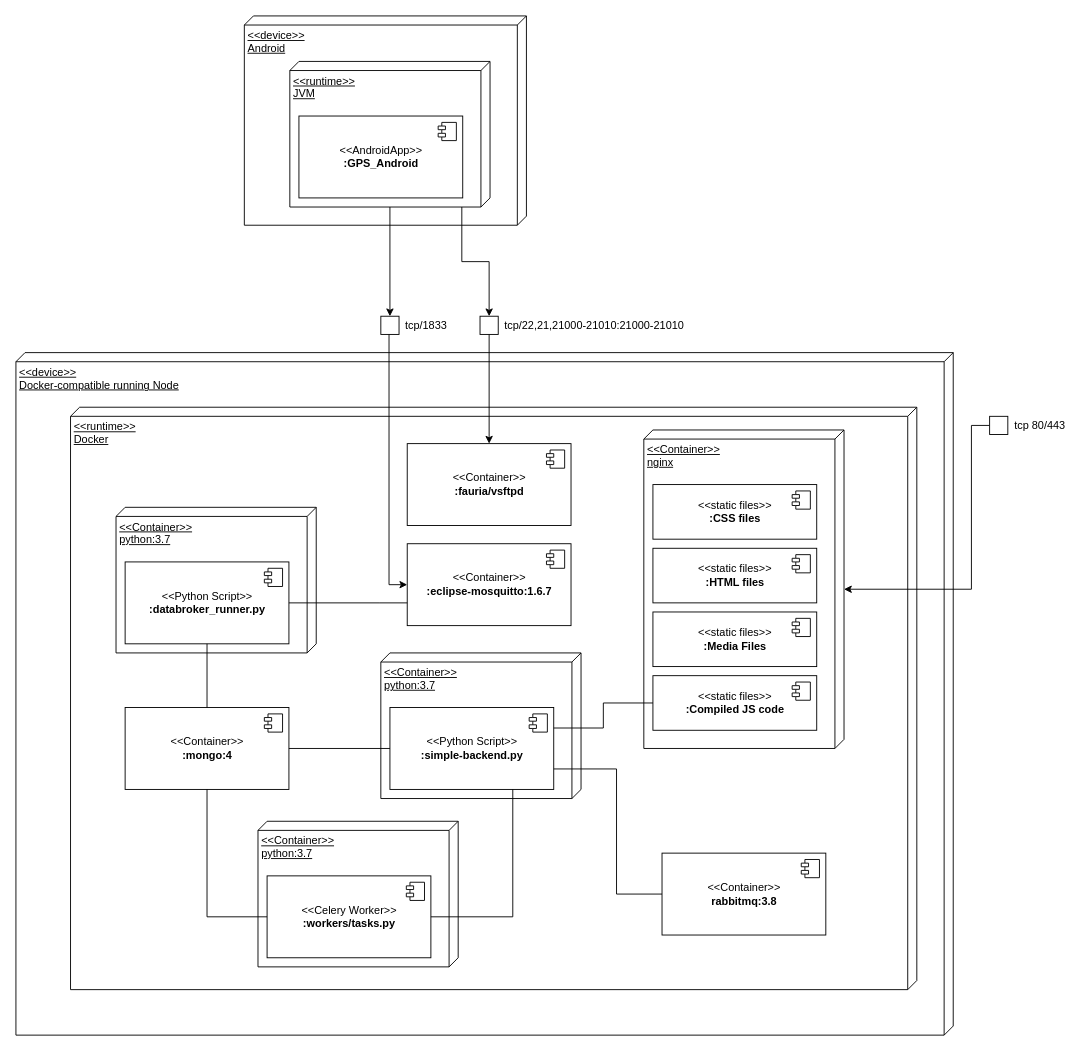
This is page "Containerized" (2 of 2) of docs/schemes/deployment/DeploymentDiagram.drawio from Kirkirillka/GPS_Tracker, a draw.io file, before an edit. Source tidied: cells renumbered, new cells numbered last; positions are measured from the earlier drawing's top-left corner, leaving out a move shared by most shapes. Both pictures are drawn from the tidied source at 91%, with x=0, y=0 at pixel (15, 15).
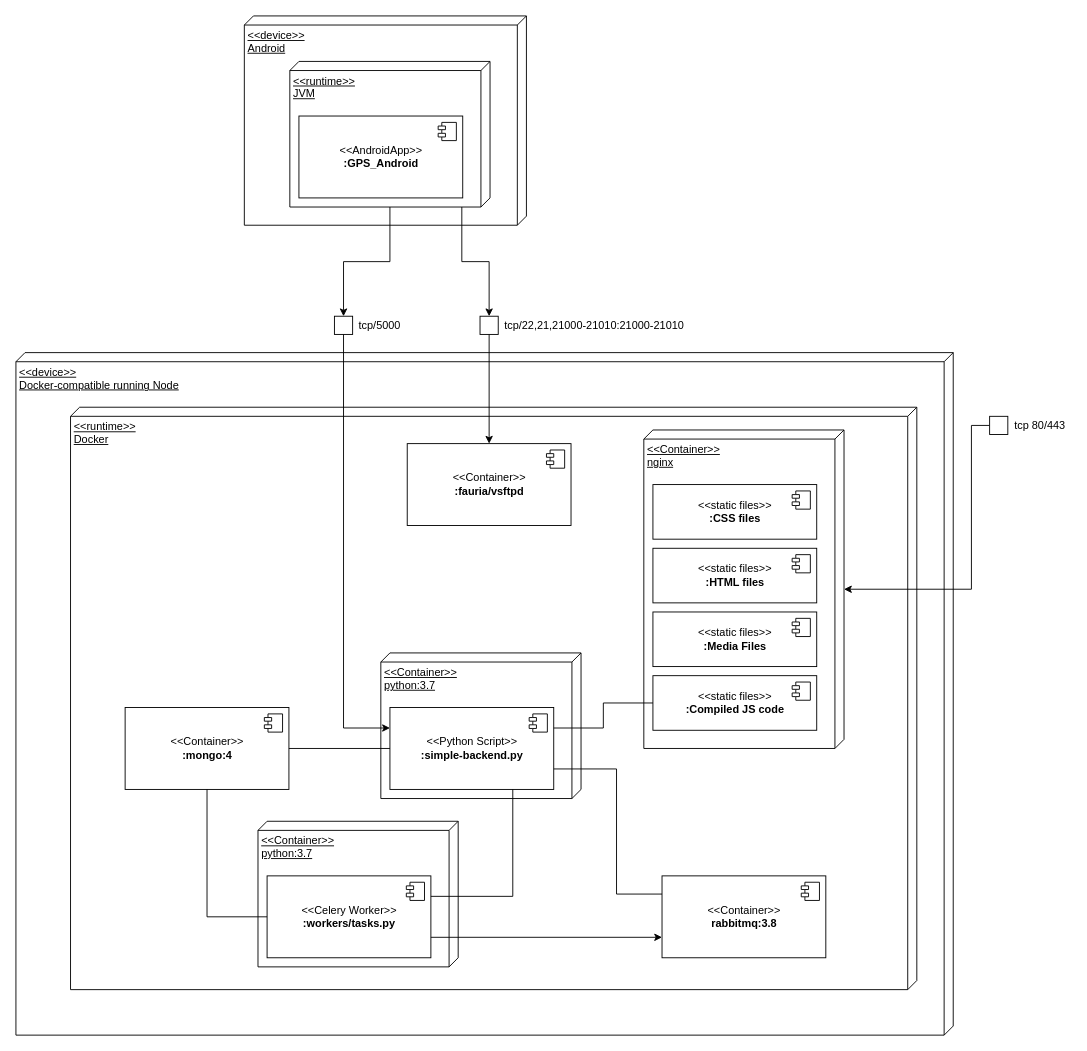
After the change.

Unchanged cells that the change refers to:
```xml
<mxCell id="6" value="&amp;lt;&amp;lt;Container&amp;gt;&amp;gt;&lt;br&gt;&lt;b&gt;:mongo:4&lt;/b&gt;" style="html=1;" parent="1" vertex="1">
  <mxGeometry x="120" y="760" width="180" height="90" as="geometry" />
</mxCell>
<mxCell id="16" value="&amp;lt;&amp;lt;Python Script&amp;gt;&amp;gt;&lt;br&gt;&lt;b&gt;:simple-backend.py&lt;/b&gt;" style="html=1;" parent="14" vertex="1">
  <mxGeometry x="10" y="60" width="180" height="90" as="geometry" />
</mxCell>
<mxCell id="20" value="&amp;lt;&amp;lt;Celery Worker&amp;gt;&amp;gt;&lt;br&gt;&lt;b&gt;:workers/tasks.py&lt;/b&gt;" style="html=1;" parent="18" vertex="1">
  <mxGeometry x="10" y="60" width="180" height="90" as="geometry" />
</mxCell>
<mxCell id="44" style="whiteSpace=wrap;html=1;" parent="43" vertex="1">
  <mxGeometry width="20" height="20" as="geometry" />
</mxCell>
```

Diff of the diagram source:
```diff
@@
     <mxCell id="4" value="&amp;lt;&amp;lt;Container&amp;gt;&amp;gt;&lt;br&gt;&lt;b&gt;rabbitmq:3.8&lt;/b&gt;" style="html=1;" parent="1" vertex="1">
-      <mxGeometry x="710" y="920" width="180" height="90" as="geometry" />
+      <mxGeometry x="710" y="945" width="180" height="90" as="geometry" />
     </mxCell>
@@
-    <mxCell id="8" value="&amp;lt;&amp;lt;Container&amp;gt;&amp;gt;&lt;br&gt;&lt;b&gt;:eclipse-mosquitto:1.6.7&lt;/b&gt;" style="html=1;" parent="1" vertex="1">
-      <mxGeometry x="430" y="580" width="180" height="90" as="geometry" />
-    </mxCell>
-    <mxCell id="9" style="shape=component;jettyWidth=8;jettyHeight=4;" parent="8" vertex="1">
-      <mxGeometry x="1" width="20" height="20" relative="1" as="geometry">
-        <mxPoint x="-27" y="7" as="offset" />
-      </mxGeometry>
-    </mxCell>
-    <mxCell id="10" style="group;" parent="1" vertex="1">
-      <mxGeometry x="110" y="540" width="220" height="160" as="geometry" />
-    </mxCell>
-    <mxCell id="11" value="&amp;lt;&amp;lt;Container&amp;gt;&amp;gt;&lt;br&gt;python:3.7" style="verticalAlign=top;align=left;spacingTop=8;spacingLeft=2;spacingRight=12;shape=cube;size=10;direction=south;fontStyle=4;html=1;" parent="10" vertex="1">
-      <mxGeometry width="220" height="160" as="geometry" />
-    </mxCell>
-    <mxCell id="12" value="&amp;lt;&amp;lt;Python Script&amp;gt;&amp;gt;&lt;br&gt;&lt;b&gt;:databroker_runner.py&lt;/b&gt;" style="html=1;" parent="10" vertex="1">
-      <mxGeometry x="10" y="60" width="180" height="90" as="geometry" />
-    </mxCell>
-    <mxCell id="13" style="shape=component;jettyWidth=8;jettyHeight=4;" parent="12" vertex="1">
-      <mxGeometry x="1" width="20" height="20" relative="1" as="geometry">
-        <mxPoint x="-27" y="7" as="offset" />
-      </mxGeometry>
-    </mxCell>
@@
     <mxCell id="43" style="group;" parent="1" vertex="1">
-      <mxGeometry x="401" y="330" width="85" height="20" as="geometry" />
+      <mxGeometry x="350" y="330" width="85" height="20" as="geometry" />
     </mxCell>
@@
-    <mxCell id="45" value="tcp/1833" style="text;html=1;align=left;verticalAlign=middle;" parent="43" vertex="1">
+    <mxCell id="45" value="tcp/5000" style="text;html=1;align=left;verticalAlign=middle;" parent="43" vertex="1">
       <mxGeometry x="25" width="60" height="20" as="geometry" />
     </mxCell>
@@
-    <mxCell id="50" style="edgeStyle=orthogonalEdgeStyle;rounded=0;jettySize=auto;html=1;entryX=0;entryY=0.5;entryDx=0;entryDy=0;" parent="1" edge="1" source="44" target="8">
+    <mxCell id="50" style="edgeStyle=orthogonalEdgeStyle;rounded=0;jettySize=auto;html=1;entryX=0;entryY=0.25;entryDx=0;entryDy=0;" parent="1" edge="1" source="44" target="16">
       <mxGeometry relative="1" as="geometry">
         <Array as="points">
-          <mxPoint x="410" y="625" />
+          <mxPoint x="360" y="783" />
         </Array>
       </mxGeometry>
     </mxCell>
@@
-    <mxCell id="53" style="edgeStyle=orthogonalEdgeStyle;rounded=0;jettySize=auto;html=1;endArrow=none;endFill=0;" parent="1" edge="1" source="12" target="8">
-      <mxGeometry relative="1" as="geometry">
-        <Array as="points">
-          <mxPoint x="400" y="645" />
-          <mxPoint x="400" y="645" />
-        </Array>
-      </mxGeometry>
-    </mxCell>
@@
-    <mxCell id="56" style="edgeStyle=orthogonalEdgeStyle;rounded=0;jettySize=auto;html=1;endArrow=none;endFill=0;exitX=0.75;exitY=1;exitDx=0;exitDy=0;entryX=1;entryY=0.5;entryDx=0;entryDy=0;" parent="1" edge="1" source="16" target="20">
+    <mxCell id="56" style="edgeStyle=orthogonalEdgeStyle;rounded=0;jettySize=auto;html=1;endArrow=none;endFill=0;exitX=0.75;exitY=1;exitDx=0;exitDy=0;entryX=1;entryY=0.25;entryDx=0;entryDy=0;" parent="1" edge="1" source="16" target="20">
       <mxGeometry relative="1" as="geometry" />
     </mxCell>
@@
-    <mxCell id="58" style="edgeStyle=orthogonalEdgeStyle;rounded=0;jettySize=auto;html=1;endArrow=none;endFill=0;" parent="1" edge="1" source="12" target="6">
-      <mxGeometry relative="1" as="geometry" />
-    </mxCell>
@@
+    <mxCell id="60" style="edgeStyle=orthogonalEdgeStyle;rounded=0;jettySize=auto;html=1;exitX=1;exitY=0.75;exitDx=0;exitDy=0;entryX=0;entryY=0.75;entryDx=0;entryDy=0;" parent="1" edge="1" source="20" target="4">
+      <mxGeometry relative="1" as="geometry" />
+    </mxCell>
```
